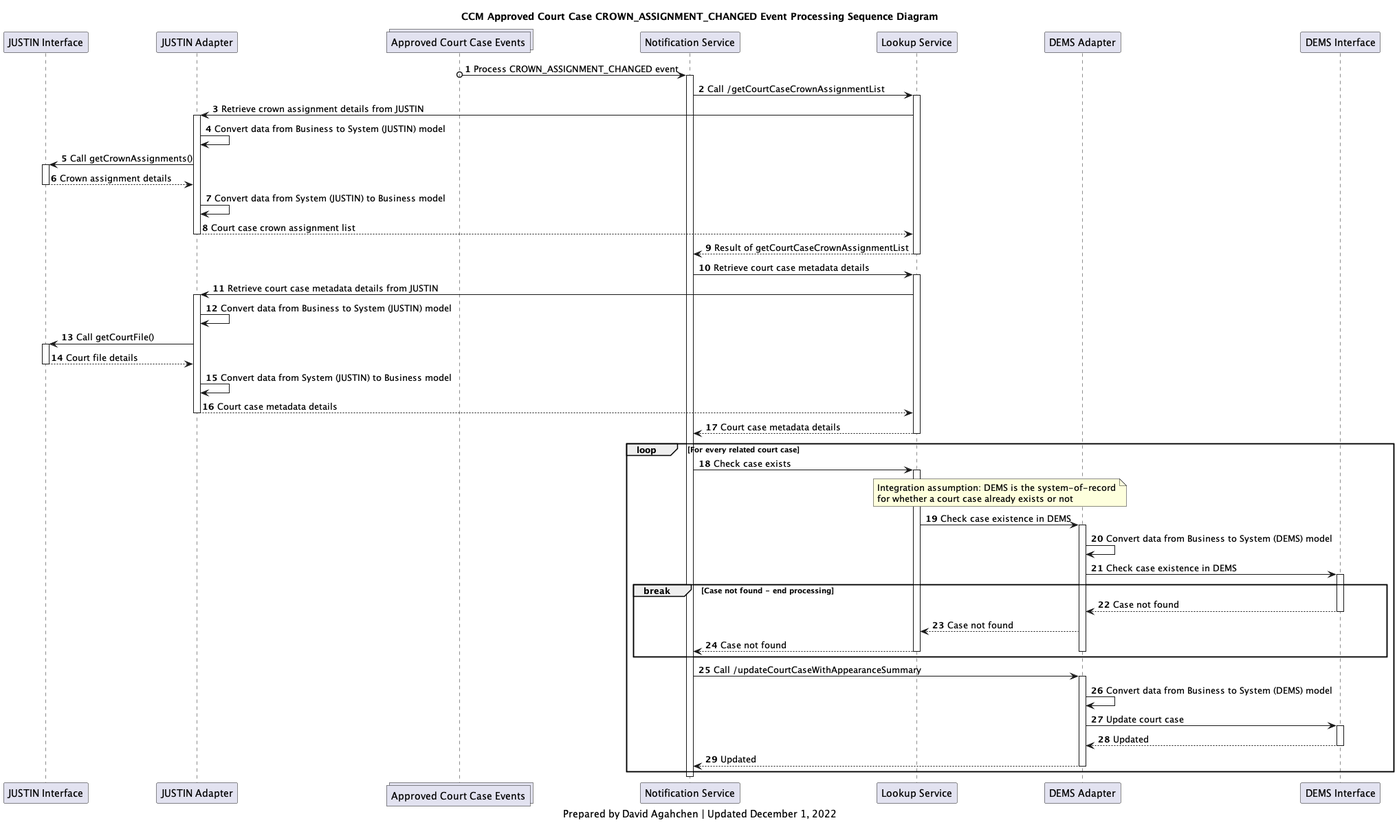
The PlantUML diagram diagrams/img/ccm_approved_court_case_crown_assignment_changed_processing_sequence_diagram.png in bcgov/jpss-jade-ccm, before a commit.
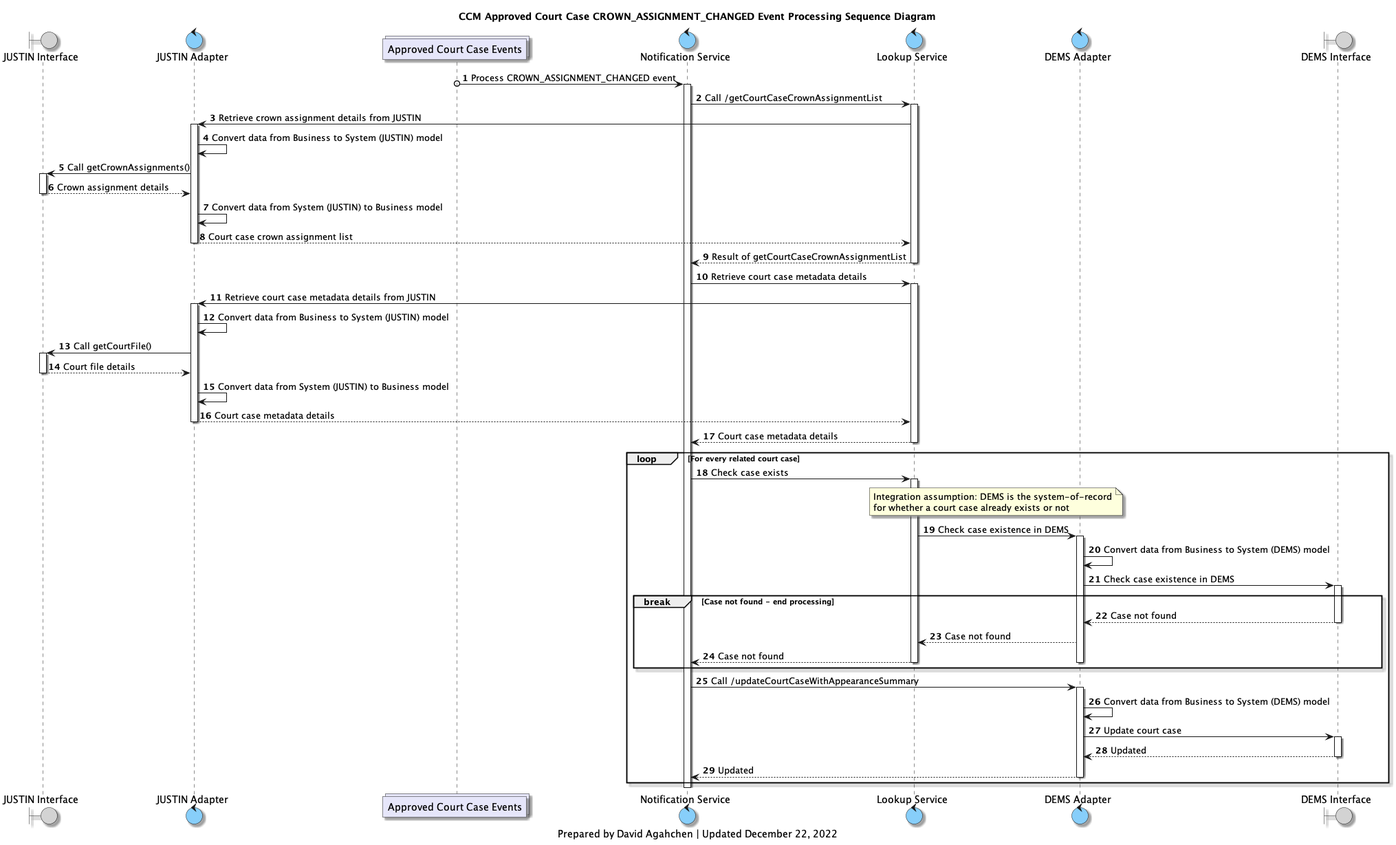
After the commit.

What changed in the source:
```diff
@@ -1,11 +1,18 @@
 @startuml
-participant j_interface as "JUSTIN Interface"
-participant j_adapter as "JUSTIN Adapter"
+
+skinparam Shadowing true
+skinparam CollectionsBackgroundColor Lavender
+skinparam ControlBackgroundColor LightSkyBlue
+skinparam BoundaryBackgroundColor LightGrey
+
+
+boundary j_interface as "JUSTIN Interface"
+control j_adapter as "JUSTIN Adapter"
 collections approved_court_case_topic as "Approved Court Case Events"
-participant notification_service as "Notification Service"
-participant lookup_service as "Lookup Service"
-participant d_adapter as "DEMS Adapter"
-participant d_interface as "DEMS Interface"
+control notification_service as "Notification Service"
+control lookup_service as "Lookup Service"
+control d_adapter as "DEMS Adapter"
+boundary d_interface as "DEMS Interface"
 
 title
 CCM Approved Court Case CROWN_ASSIGNMENT_CHANGED Event Processing Sequence Diagram
@@ -94,6 +101,6 @@
 deactivate notification_service
 
 caption
-Prepared by David Agahchen | Updated December 1, 2022
+Prepared by David Agahchen | Updated December 22, 2022
 end caption
 @enduml
```
